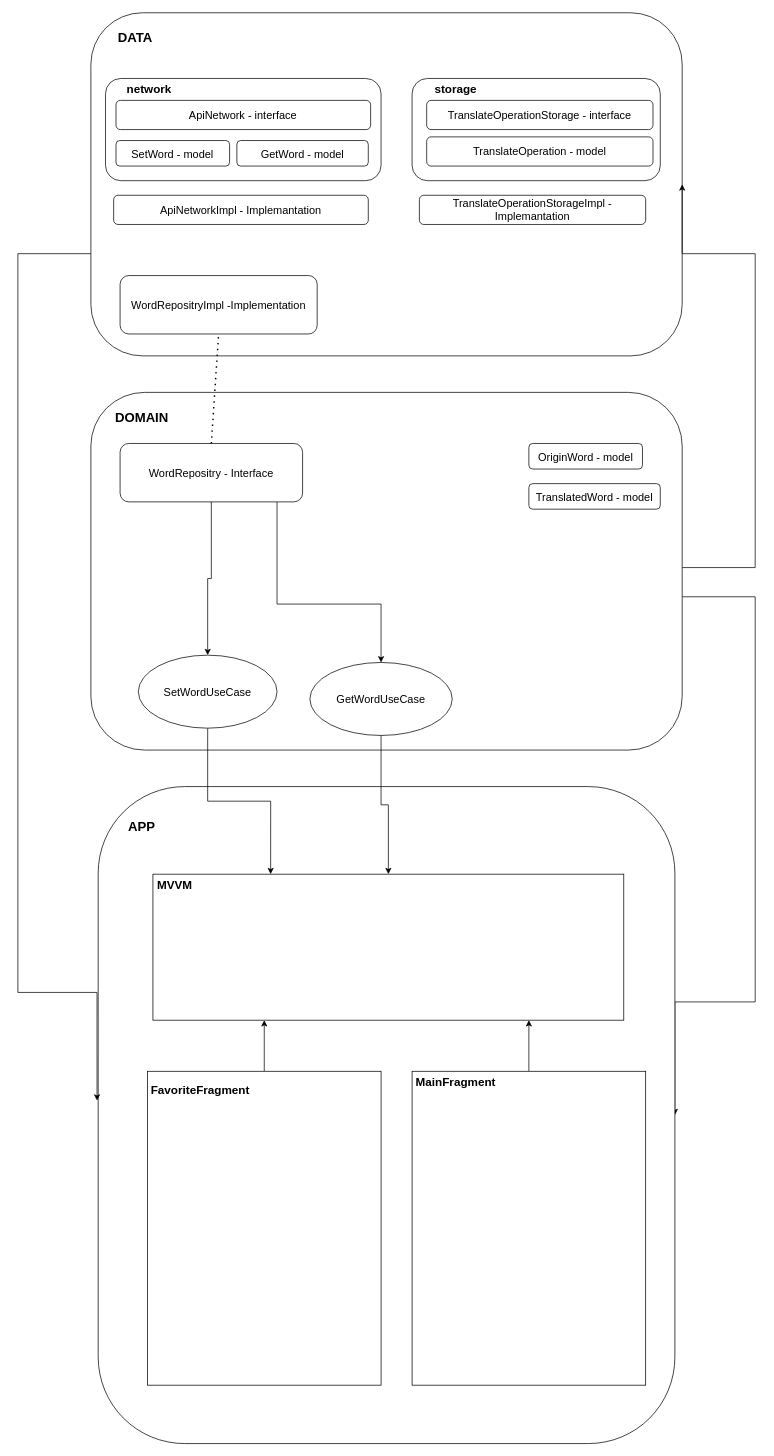
This is architecture.drawio from borsalinho/test_translator, a draw.io file, before an edit. Source tidied: cells renumbered, new cells numbered last; positions are measured from the earlier drawing's top-left corner, leaving out a move shared by most shapes. Both pictures are drawn from the tidied source at 73%, with x=0, y=0 at pixel (18, 12).
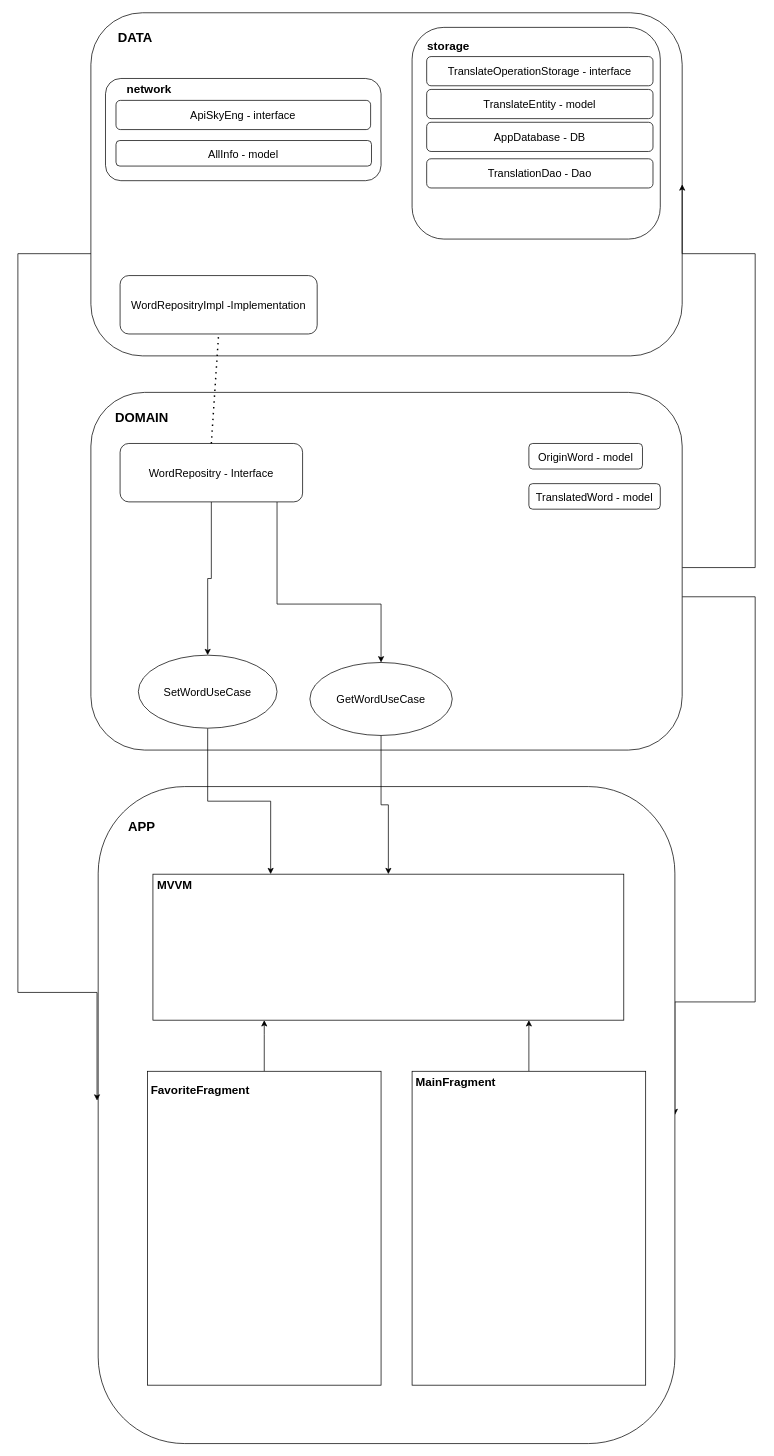
After the change.

Diff of the diagram source:
```diff
@@
     <mxCell id="26" style="rounded=1;whiteSpace=wrap;html=1;" parent="1" vertex="1">
-      <mxGeometry x="540" y="90" width="340" height="140" as="geometry" />
+      <mxGeometry x="540" y="20" width="340" height="290" as="geometry" />
     </mxCell>
     <mxCell id="27" value="&lt;b style=&quot;font-size: 16px;&quot;&gt;storage&lt;/b&gt;" style="text;html=1;align=center;verticalAlign=middle;whiteSpace=wrap;rounded=0;fontSize=16;" parent="1" vertex="1">
-      <mxGeometry x="570" y="90" width="60" height="30" as="geometry" />
+      <mxGeometry x="560" y="30" width="60" height="30" as="geometry" />
     </mxCell>
     <mxCell id="28" value="&lt;font style=&quot;font-size: 15px;&quot;&gt;TranslateOperationStorage - interface&lt;/font&gt;" style="rounded=1;whiteSpace=wrap;html=1;" parent="1" vertex="1">
-      <mxGeometry x="560" y="120" width="310" height="40" as="geometry" />
+      <mxGeometry x="560" y="60" width="310" height="40" as="geometry" />
     </mxCell>
-    <mxCell id="29" value="&lt;font style=&quot;font-size: 15px;&quot;&gt;TranslateOperation - model&lt;/font&gt;" style="rounded=1;whiteSpace=wrap;html=1;" parent="1" vertex="1">
-      <mxGeometry x="560" y="170" width="310" height="40" as="geometry" />
+    <mxCell id="29" value="&lt;font style=&quot;font-size: 15px;&quot;&gt;TranslateEntity - model&lt;/font&gt;" style="rounded=1;whiteSpace=wrap;html=1;" parent="1" vertex="1">
+      <mxGeometry x="560" y="105" width="310" height="40" as="geometry" />
     </mxCell>
@@
-    <mxCell id="32" value="&lt;font style=&quot;font-size: 15px;&quot;&gt;ApiNetwork - interface&lt;/font&gt;" style="rounded=1;whiteSpace=wrap;html=1;" parent="1" vertex="1">
+    <mxCell id="32" value="&lt;font style=&quot;font-size: 15px;&quot;&gt;ApiSkyEng - interface&lt;/font&gt;" style="rounded=1;whiteSpace=wrap;html=1;" parent="1" vertex="1">
       <mxGeometry x="134.4" y="120" width="348.8" height="40" as="geometry" />
     </mxCell>
-    <mxCell id="33" value="&lt;font style=&quot;font-size: 15px;&quot;&gt;SetWord - model&lt;/font&gt;" style="rounded=1;whiteSpace=wrap;html=1;" parent="1" vertex="1">
-      <mxGeometry x="134.4" y="175" width="155.6" height="35" as="geometry" />
-    </mxCell>
-    <mxCell id="34" value="&lt;font style=&quot;font-size: 15px;&quot;&gt;GetWord - model&lt;/font&gt;" style="rounded=1;whiteSpace=wrap;html=1;" parent="1" vertex="1">
-      <mxGeometry x="300" y="175" width="180" height="35" as="geometry" />
+    <mxCell id="34" value="&lt;font style=&quot;font-size: 15px;&quot;&gt;AllInfo - model&lt;/font&gt;" style="rounded=1;whiteSpace=wrap;html=1;" parent="1" vertex="1">
+      <mxGeometry x="134.4" y="175" width="350" height="35" as="geometry" />
     </mxCell>
@@
-    <mxCell id="37" value="&lt;font style=&quot;font-size: 15px;&quot;&gt;ApiNetworkImpl - Implemantation&lt;/font&gt;" style="rounded=1;whiteSpace=wrap;html=1;" parent="1" vertex="1">
-      <mxGeometry x="131.2" y="250" width="348.8" height="40" as="geometry" />
-    </mxCell>
-    <mxCell id="38" value="&lt;font style=&quot;font-size: 15px;&quot;&gt;TranslateOperationStorageImpl - Implemantation&lt;/font&gt;" style="rounded=1;whiteSpace=wrap;html=1;" parent="1" vertex="1">
-      <mxGeometry x="550" y="250" width="310" height="40" as="geometry" />
-    </mxCell>
@@
+    <mxCell id="42" value="&lt;span style=&quot;font-size: 15px;&quot;&gt;AppDatabase - DB&lt;/span&gt;" style="rounded=1;whiteSpace=wrap;html=1;" parent="1" vertex="1">
+      <mxGeometry x="560" y="150" width="310" height="40" as="geometry" />
+    </mxCell>
+    <mxCell id="43" value="&lt;span style=&quot;font-size: 15px;&quot;&gt;TranslationDao - Dao&lt;/span&gt;" style="rounded=1;whiteSpace=wrap;html=1;" parent="1" vertex="1">
+      <mxGeometry x="560" y="200" width="310" height="40" as="geometry" />
+    </mxCell>
```
